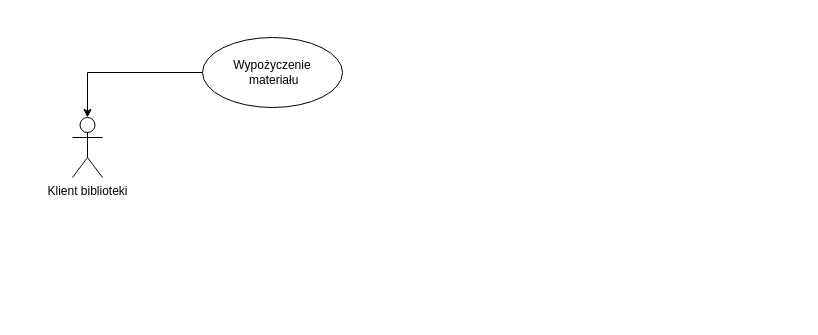
Above: Untitled Diagram.drawio in mrogur/inz_opr (draw.io), before the change. Source tidied: cells renumbered, new cells numbered last; positions are measured from the earlier drawing's top-left corner, leaving out a move shared by most shapes. Both pictures are drawn from the tidied source at 100%, with x=0, y=0 at pixel (72, 37).
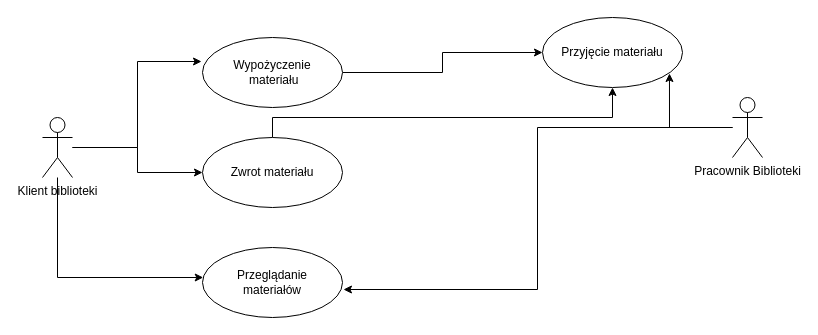
The same diagram, later.

The edit, as a diff of the source:
```diff
@@
 <mxGraphModel>
   <root>
     <mxCell id="0" />
     <mxCell id="1" parent="0" />
+    <mxCell id="5" style="edgeStyle=orthogonalEdgeStyle;rounded=0;jettySize=auto;html=1;entryX=-0.007;entryY=0.343;entryDx=0;entryDy=0;entryPerimeter=0;" parent="1" edge="1" source="2" target="4">
+      <mxGeometry relative="1" as="geometry" />
+    </mxCell>
+    <mxCell id="6" style="edgeStyle=orthogonalEdgeStyle;rounded=0;jettySize=auto;html=1;entryX=0;entryY=0.5;entryDx=0;entryDy=0;" parent="1" edge="1" source="2" target="10">
+      <mxGeometry relative="1" as="geometry" />
+    </mxCell>
+    <mxCell id="7" style="edgeStyle=orthogonalEdgeStyle;rounded=0;jettySize=auto;html=1;" parent="1" edge="1" source="2" target="15">
+      <mxGeometry relative="1" as="geometry">
+        <Array as="points">
+          <mxPoint x="-15" y="240" />
+        </Array>
+      </mxGeometry>
+    </mxCell>
     <mxCell id="2" value="Klient biblioteki&lt;br&gt;" style="shape=umlActor;verticalLabelPosition=bottom;verticalAlign=top;html=1;" parent="1" vertex="1">
-      <mxGeometry y="80" width="30" height="60" as="geometry" />
+      <mxGeometry x="-30" y="80" width="30" height="60" as="geometry" />
     </mxCell>
-    <mxCell id="3" style="edgeStyle=orthogonalEdgeStyle;rounded=0;jettySize=auto;html=1;" parent="1" edge="1" source="4" target="2">
-      <mxGeometry relative="1" as="geometry" />
-    </mxCell>
+    <mxCell id="8" style="edgeStyle=orthogonalEdgeStyle;rounded=0;jettySize=auto;html=1;" parent="1" edge="1" source="4" target="14">
+      <mxGeometry relative="1" as="geometry" />
+    </mxCell>
     <mxCell id="4" value="Wypożyczenie&lt;br&gt;&amp;nbsp;materiału" style="ellipse;whiteSpace=wrap;html=1;" parent="1" vertex="1">
       <mxGeometry x="130" width="140" height="70" as="geometry" />
     </mxCell>
+    <mxCell id="9" style="edgeStyle=orthogonalEdgeStyle;rounded=0;jettySize=auto;html=1;" parent="1" edge="1" source="10" target="14">
+      <mxGeometry relative="1" as="geometry">
+        <Array as="points">
+          <mxPoint x="200" y="80" />
+          <mxPoint x="540" y="80" />
+        </Array>
+      </mxGeometry>
+    </mxCell>
+    <mxCell id="10" value="Zwrot materiału" style="ellipse;whiteSpace=wrap;html=1;" parent="1" vertex="1">
+      <mxGeometry x="130" y="100" width="140" height="70" as="geometry" />
+    </mxCell>
+    <mxCell id="11" style="edgeStyle=orthogonalEdgeStyle;rounded=0;jettySize=auto;html=1;entryX=0.907;entryY=0.8;entryDx=0;entryDy=0;entryPerimeter=0;" parent="1" edge="1" source="13" target="14">
+      <mxGeometry relative="1" as="geometry" />
+    </mxCell>
+    <mxCell id="12" style="edgeStyle=orthogonalEdgeStyle;rounded=0;jettySize=auto;html=1;entryX=1.007;entryY=0.6;entryDx=0;entryDy=0;entryPerimeter=0;" parent="1" edge="1" source="13" target="15">
+      <mxGeometry relative="1" as="geometry" />
+    </mxCell>
+    <mxCell id="13" value="Pracownik Biblioteki" style="shape=umlActor;verticalLabelPosition=bottom;verticalAlign=top;html=1;" parent="1" vertex="1">
+      <mxGeometry x="660" y="60" width="30" height="60" as="geometry" />
+    </mxCell>
+    <mxCell id="14" value="Przyjęcie materiału" style="ellipse;whiteSpace=wrap;html=1;" parent="1" vertex="1">
+      <mxGeometry x="470" y="-20" width="140" height="70" as="geometry" />
+    </mxCell>
+    <mxCell id="15" value="Przeglądanie&lt;br&gt;materiałów" style="ellipse;whiteSpace=wrap;html=1;" parent="1" vertex="1">
+      <mxGeometry x="130" y="210" width="140" height="70" as="geometry" />
+    </mxCell>
   </root>
 </mxGraphModel>
```
